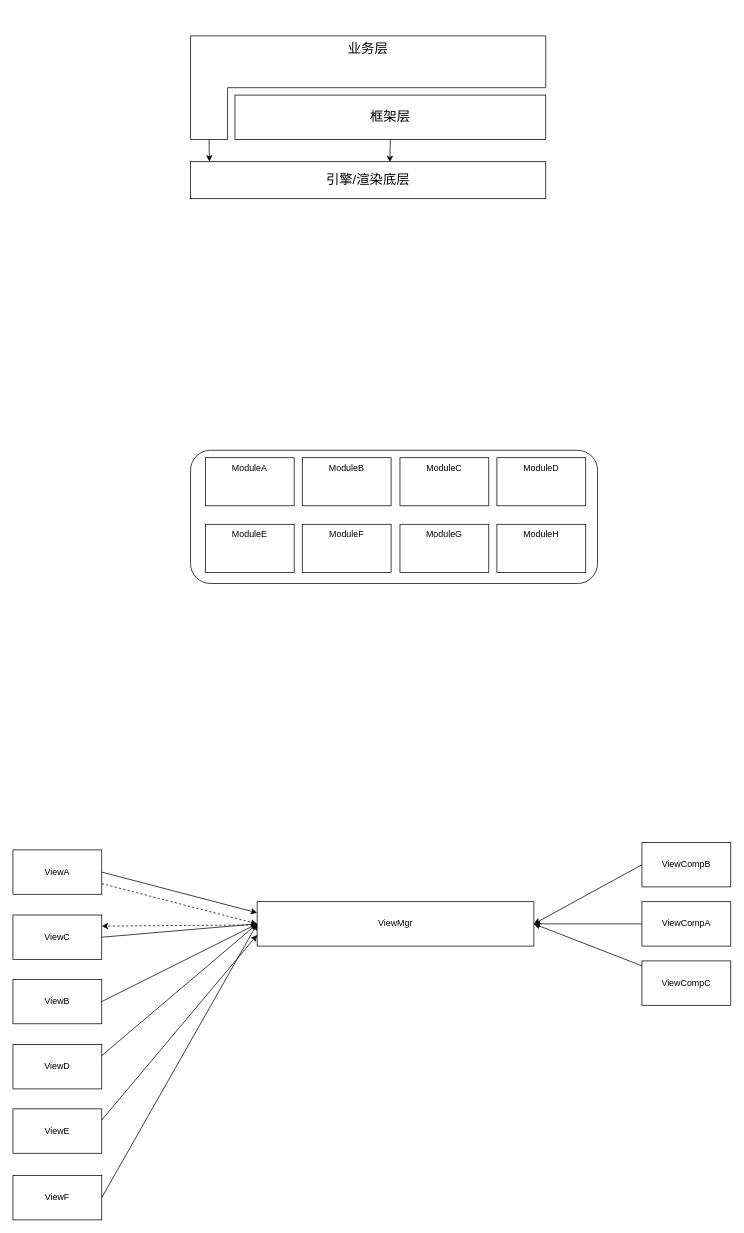
AILHC/EasyGameFrameworkOpen keeps this draw.io diagram as page "第 4 页" (4 of 4) of designs/Architecture.drawio. Above is the earlier version. Source tidied: cells renumbered, new cells numbered last; positions are measured from the earlier drawing's top-left corner, leaving out a move shared by most shapes. Both pictures are drawn from the tidied source at 74%, with x=0, y=0 at pixel (13, 36).
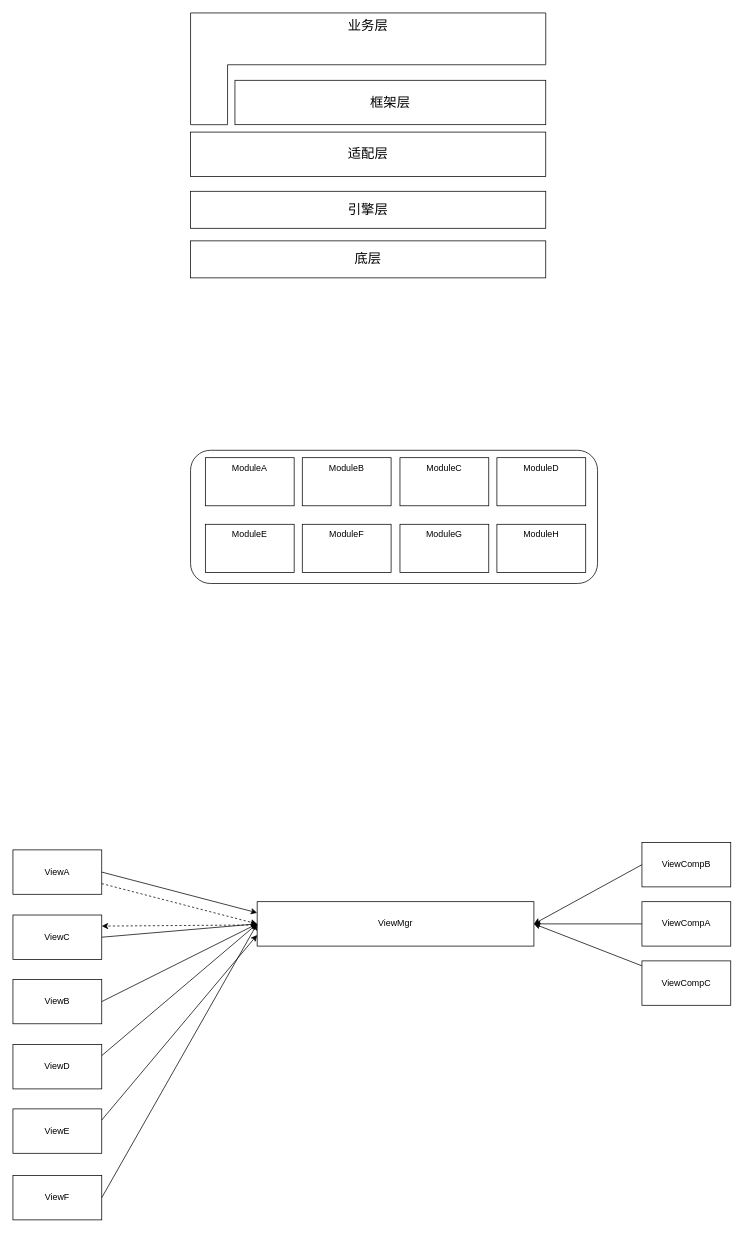
Above is the later version.

What changed in the source:
```diff
@@
-    <mxCell id="2" style="edgeStyle=none;rounded=0;jettySize=auto;html=1;fontSize=18;startArrow=none;startFill=0;exitX=0;exitY=0;exitDx=25;exitDy=140;exitPerimeter=0;entryX=0.053;entryY=-0.003;entryDx=0;entryDy=0;entryPerimeter=0;" parent="1" edge="1" source="3" target="4">
-      <mxGeometry relative="1" as="geometry" />
-    </mxCell>
     <mxCell id="3" value="业务层" style="shape=corner;whiteSpace=wrap;html=1;fontSize=18;dx=50;dy=70;gradientColor=none;fillColor=none;verticalAlign=top;" parent="1" vertex="1">
-      <mxGeometry x="240" width="480" height="140" as="geometry" />
+      <mxGeometry x="240" y="-31" width="480" height="151" as="geometry" />
     </mxCell>
-    <mxCell id="4" value="引擎/渲染底层" style="rounded=0;whiteSpace=wrap;html=1;fontSize=18;fillColor=none;" parent="1" vertex="1">
-      <mxGeometry x="240" y="170" width="480" height="50" as="geometry" />
+    <mxCell id="4" value="引擎层" style="rounded=0;whiteSpace=wrap;html=1;fontSize=18;fillColor=none;" parent="1" vertex="1">
+      <mxGeometry x="240" y="210" width="480" height="50" as="geometry" />
     </mxCell>
-    <mxCell id="5" style="edgeStyle=none;rounded=0;jettySize=auto;html=1;entryX=0.561;entryY=0.011;entryDx=0;entryDy=0;fontSize=18;startArrow=none;startFill=0;exitX=0.5;exitY=1;exitDx=0;exitDy=0;entryPerimeter=0;" parent="1" edge="1" source="6" target="4">
-      <mxGeometry relative="1" as="geometry" />
-    </mxCell>
     <mxCell id="6" value="框架层" style="rounded=0;whiteSpace=wrap;html=1;fontSize=18;fillColor=none;" parent="1" vertex="1">
-      <mxGeometry x="300" y="80" width="420" height="60" as="geometry" />
+      <mxGeometry x="300" y="60" width="420" height="60" as="geometry" />
     </mxCell>
@@
+    <mxCell id="37" value="底层" style="rounded=0;whiteSpace=wrap;html=1;fontSize=18;fillColor=none;" parent="1" vertex="1">
+      <mxGeometry x="240" y="277" width="480" height="50" as="geometry" />
+    </mxCell>
+    <mxCell id="38" value="适配层" style="rounded=0;whiteSpace=wrap;html=1;fontSize=18;fillColor=none;" parent="1" vertex="1">
+      <mxGeometry x="240" y="130" width="480" height="60" as="geometry" />
+    </mxCell>
```
